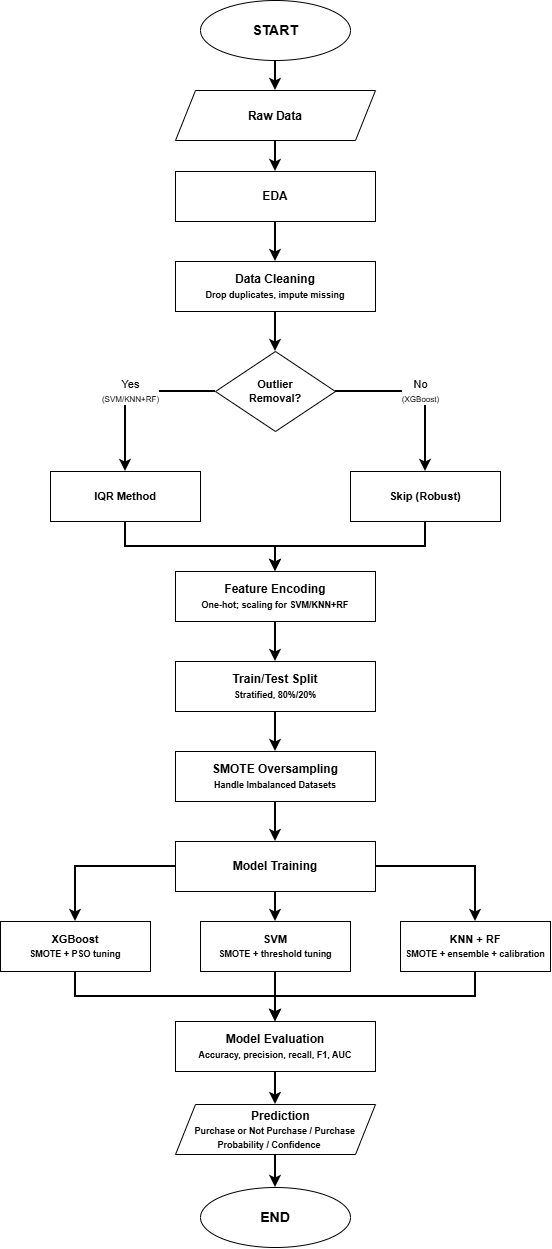
Above: shopper_intention_pipeline_flowchart_simple.drawio.png in ngkaizhe123/BMCS2074-ARTIFICIAL-INTELLIGENCE-Online-Shoppers-Purchase-Intention (draw.io), before the change. Source tidied: cells renumbered, new cells last; positions are measured from the earlier drawing's top-left corner, leaving out a move shared by most shapes.
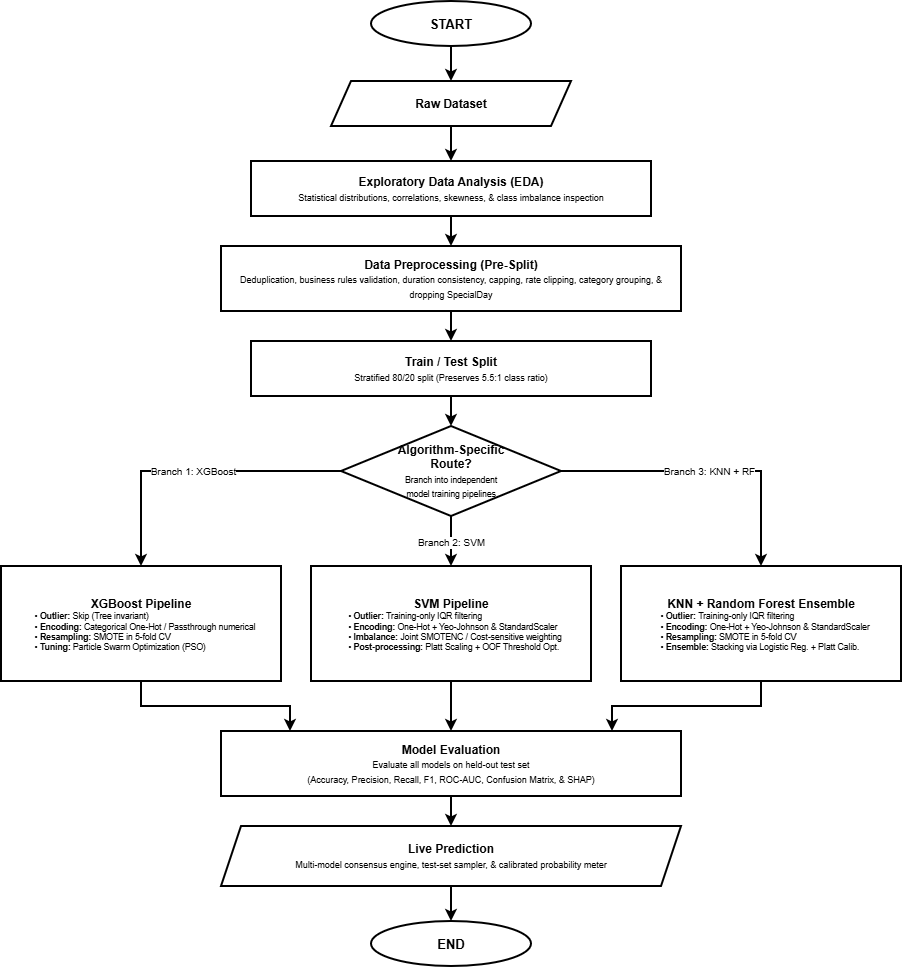
Above is the later version.

The edit, as a diff of the source:
```diff
@@ -2,113 +2,80 @@
   <root>
     <mxCell id="0" />
     <mxCell id="1" parent="0" />
-    <mxCell id="2" style="edgeStyle=orthogonalEdgeStyle;rounded=0;jettySize=auto;html=1;exitX=0.5;exitY=1;exitDx=0;exitDy=0;strokeColor=#000000;strokeWidth=2;align=center;verticalAlign=middle;fontFamily=Helvetica;fontSize=11;fontColor=default;labelBackgroundColor=default;endArrow=classic;" parent="1" edge="1" source="3" target="35">
-      <mxGeometry relative="1" as="geometry" />
-    </mxCell>
-    <mxCell id="3" value="START" style="ellipse;whiteSpace=wrap;html=1;fillColor=none;strokeColor=#000000;fontColor=#000000;fontStyle=1;fontSize=14;" parent="1" vertex="1">
-      <mxGeometry x="200" width="150" height="60" as="geometry" />
+    <mxCell id="3" value="&lt;b&gt;START&lt;/b&gt;" style="ellipse;whiteSpace=wrap;html=1;fillColor=none;strokeColor=#000000;fontColor=#000000;fontFamily=Helvetica;strokeWidth=2;fontSize=13;" parent="1" vertex="1">
+      <mxGeometry x="295" y="15" width="160" height="45" as="geometry" />
     </mxCell>
-    <mxCell id="4" value="EDA" style="rounded=0;whiteSpace=wrap;html=1;fillColor=none;strokeColor=#000000;fontColor=#000000;fontStyle=1;fontSize=12;" parent="1" vertex="1">
-      <mxGeometry x="175" y="171" width="200" height="50" as="geometry" />
-    </mxCell>
-    <mxCell id="5" value="Data Cleaning&lt;br&gt;&lt;font style=&quot;font-size: 9px&quot;&gt;Drop duplicates, impute missing&lt;/font&gt;" style="rounded=0;whiteSpace=wrap;html=1;fillColor=none;strokeColor=#000000;fontColor=#000000;fontStyle=1;fontSize=12;" parent="1" vertex="1">
-      <mxGeometry x="175" y="261" width="200" height="50" as="geometry" />
-    </mxCell>
-    <mxCell id="6" value="Outlier&lt;br&gt;Removal?" style="rhombus;whiteSpace=wrap;html=1;fillColor=none;strokeColor=#000000;fontColor=#000000;fontStyle=1;fontSize=11;" parent="1" vertex="1">
-      <mxGeometry x="215" y="351" width="120" height="80" as="geometry" />
-    </mxCell>
-    <mxCell id="7" value="IQR Method" style="rounded=0;whiteSpace=wrap;html=1;fillColor=none;strokeColor=#000000;fontColor=#000000;fontStyle=1;fontSize=11;" parent="1" vertex="1">
-      <mxGeometry x="50" y="471" width="150" height="50" as="geometry" />
-    </mxCell>
-    <mxCell id="8" value="Skip (Robust)" style="rounded=0;whiteSpace=wrap;html=1;fillColor=none;strokeColor=#000000;fontColor=#000000;fontStyle=1;fontSize=11;" parent="1" vertex="1">
-      <mxGeometry x="350" y="471" width="150" height="50" as="geometry" />
-    </mxCell>
-    <mxCell id="9" value="Feature Encoding&lt;br&gt;&lt;font style=&quot;font-size: 9px&quot;&gt;One-hot; scaling for SVM/KNN+RF&lt;/font&gt;" style="rounded=0;whiteSpace=wrap;html=1;fillColor=none;strokeColor=#000000;fontColor=#000000;fontStyle=1;fontSize=12;" parent="1" vertex="1">
-      <mxGeometry x="175" y="571" width="200" height="50" as="geometry" />
-    </mxCell>
-    <mxCell id="10" value="Train/Test Split&lt;br&gt;&lt;font style=&quot;font-size: 9px&quot;&gt;Stratified, 80%/20%&lt;/font&gt;" style="rounded=0;whiteSpace=wrap;html=1;fillColor=none;strokeColor=#000000;fontColor=#000000;fontStyle=1;fontSize=12;" parent="1" vertex="1">
-      <mxGeometry x="175" y="661" width="200" height="50" as="geometry" />
-    </mxCell>
-    <mxCell id="11" value="SMOTE Oversampling&lt;br&gt;&lt;font style=&quot;font-size: 9px&quot;&gt;Handle Imbalanced Datasets&lt;/font&gt;" style="rounded=0;whiteSpace=wrap;html=1;fillColor=none;strokeColor=#000000;fontColor=#000000;fontStyle=1;fontSize=12;" parent="1" vertex="1">
-      <mxGeometry x="175" y="751" width="200" height="50" as="geometry" />
-    </mxCell>
-    <mxCell id="12" value="Model Training" style="rounded=0;whiteSpace=wrap;html=1;fillColor=none;strokeColor=#000000;fontColor=#000000;fontStyle=1;fontSize=12;" parent="1" vertex="1">
-      <mxGeometry x="175" y="841" width="200" height="50" as="geometry" />
-    </mxCell>
-    <mxCell id="13" value="XGBoost&lt;br&gt;&lt;font style=&quot;font-size: 9px&quot;&gt;SMOTE + PSO tuning&lt;/font&gt;" style="rounded=0;whiteSpace=wrap;html=1;fillColor=none;strokeColor=#000000;fontColor=#000000;fontStyle=1;fontSize=11;" parent="1" vertex="1">
-      <mxGeometry y="921" width="150" height="50" as="geometry" />
-    </mxCell>
-    <mxCell id="14" value="SVM&lt;br&gt;&lt;font style=&quot;font-size: 9px&quot;&gt;SMOTE + threshold tuning&lt;/font&gt;" style="rounded=0;whiteSpace=wrap;html=1;fillColor=none;strokeColor=#000000;fontColor=#000000;fontStyle=1;fontSize=11;" parent="1" vertex="1">
-      <mxGeometry x="200" y="921" width="150" height="50" as="geometry" />
-    </mxCell>
-    <mxCell id="15" value="KNN + RF&lt;br&gt;&lt;font style=&quot;font-size: 9px&quot;&gt;SMOTE + ensemble + calibration&lt;/font&gt;" style="rounded=0;whiteSpace=wrap;html=1;fillColor=none;strokeColor=#000000;fontColor=#000000;fontStyle=1;fontSize=11;" parent="1" vertex="1">
-      <mxGeometry x="400" y="921" width="150" height="50" as="geometry" />
-    </mxCell>
-    <mxCell id="16" style="edgeStyle=orthogonalEdgeStyle;rounded=0;jettySize=auto;html=1;exitX=0.5;exitY=1;exitDx=0;exitDy=0;strokeColor=#000000;strokeWidth=2;align=center;verticalAlign=middle;fontFamily=Helvetica;fontSize=11;fontColor=default;labelBackgroundColor=default;endArrow=classic;" parent="1" edge="1" source="17" target="37">
-      <mxGeometry relative="1" as="geometry" />
-    </mxCell>
-    <mxCell id="17" value="Model Evaluation&lt;br&gt;&lt;font style=&quot;font-size: 9px&quot;&gt;Accuracy, precision, recall, F1, AUC&lt;/font&gt;" style="rounded=0;whiteSpace=wrap;html=1;fillColor=none;strokeColor=#000000;fontColor=#000000;fontStyle=1;fontSize=12;" parent="1" vertex="1">
-      <mxGeometry x="175" y="1021" width="200" height="50" as="geometry" />
-    </mxCell>
+    <mxCell id="38" value="&lt;b&gt;Raw Dataset&lt;/b&gt;" style="shape=parallelogram;perimeter=parallelogramPerimeter;whiteSpace=wrap;html=1;fixedSize=1;fillColor=none;strokeColor=#000000;fontColor=#000000;fontFamily=Helvetica;strokeWidth=2;fontSize=12;" parent="1" vertex="1">
+      <mxGeometry x="255" y="95" width="240" height="45" as="geometry" />
+    </mxCell>
+    <mxCell id="39" value="&lt;b&gt;Exploratory Data Analysis (EDA)&lt;/b&gt;&lt;br&gt;&lt;font style=&quot;font-size: 9px; font-weight: normal;&quot;&gt;Statistical distributions, correlations, skewness, &amp;amp; class imbalance inspection&lt;/font&gt;" style="rounded=0;whiteSpace=wrap;html=1;fillColor=none;strokeColor=#000000;fontColor=#000000;fontFamily=Helvetica;strokeWidth=2;" parent="1" vertex="1">
+      <mxGeometry x="175" y="175" width="400" height="55" as="geometry" />
+    </mxCell>
+    <mxCell id="40" value="&lt;b&gt;Data Preprocessing (Pre-Split)&lt;/b&gt;&lt;br&gt;&lt;font style=&quot;font-size: 9px; font-weight: normal;&quot;&gt;Deduplication, business rules validation, duration consistency, capping, rate clipping, category grouping, &amp;amp; dropping SpecialDay&lt;/font&gt;" style="rounded=0;whiteSpace=wrap;html=1;fillColor=none;strokeColor=#000000;fontColor=#000000;fontFamily=Helvetica;strokeWidth=2;" parent="1" vertex="1">
+      <mxGeometry x="145" y="260" width="460" height="65" as="geometry" />
+    </mxCell>
+    <mxCell id="41" value="&lt;b&gt;Train / Test Split&lt;/b&gt;&lt;br&gt;&lt;font style=&quot;font-size: 9px; font-weight: normal;&quot;&gt;Stratified 80/20 split (Preserves 5.5:1 class ratio)&lt;/font&gt;" style="rounded=0;whiteSpace=wrap;html=1;fillColor=none;strokeColor=#000000;fontColor=#000000;fontFamily=Helvetica;strokeWidth=2;" parent="1" vertex="1">
+      <mxGeometry x="175" y="355" width="400" height="55" as="geometry" />
+    </mxCell>
+    <mxCell id="42" value="&lt;b&gt;Algorithm-Specific&lt;br&gt;Route?&lt;/b&gt;&lt;br&gt;&lt;font style=&quot;font-size: 8.5px; font-weight: normal;&quot;&gt;Branch into independent&lt;br&gt;model training pipelines&lt;/font&gt;" style="rhombus;whiteSpace=wrap;html=1;fillColor=none;strokeColor=#000000;fontColor=#000000;fontFamily=Helvetica;strokeWidth=2;" parent="1" vertex="1">
+      <mxGeometry x="265" y="440" width="220" height="90" as="geometry" />
+    </mxCell>
+    <mxCell id="43" value="&lt;b&gt;XGBoost Pipeline&lt;/b&gt;&lt;br&gt;&lt;div align=&quot;left&quot; style=&quot;font-size: 8.5px; font-weight: normal; padding-left: 8px;&quot;&gt;• &lt;b&gt;Outlier:&lt;/b&gt; Skip (Tree invariant)&lt;br&gt;• &lt;b&gt;Encoding:&lt;/b&gt; Categorical One-Hot / Passthrough numerical&lt;br&gt;• &lt;b&gt;Resampling:&lt;/b&gt; SMOTE in 5-fold CV&lt;br&gt;• &lt;b&gt;Tuning:&lt;/b&gt; Particle Swarm Optimization (PSO)&lt;/div&gt;" style="rounded=0;whiteSpace=wrap;html=1;fillColor=none;strokeColor=#000000;fontColor=#000000;fontFamily=Helvetica;strokeWidth=2;align=center;verticalAlign=middle;" parent="1" vertex="1">
+      <mxGeometry x="-75" y="580" width="280" height="115" as="geometry" />
+    </mxCell>
+    <mxCell id="44" value="&lt;b&gt;SVM Pipeline&lt;/b&gt;&lt;br&gt;&lt;div align=&quot;left&quot; style=&quot;font-size: 8.5px; font-weight: normal; padding-left: 8px;&quot;&gt;• &lt;b&gt;Outlier:&lt;/b&gt; Training-only IQR filtering&lt;br&gt;• &lt;b&gt;Encoding:&lt;/b&gt; One-Hot + Yeo-Johnson &amp;amp; StandardScaler&lt;br&gt;• &lt;b&gt;Imbalance:&lt;/b&gt; Joint SMOTENC / Cost-sensitive weighting&lt;br&gt;• &lt;b&gt;Post-processing:&lt;/b&gt; Platt Scaling + OOF Threshold Opt.&lt;/div&gt;" style="rounded=0;whiteSpace=wrap;html=1;fillColor=none;strokeColor=#000000;fontColor=#000000;fontFamily=Helvetica;strokeWidth=2;align=center;verticalAlign=middle;" parent="1" vertex="1">
+      <mxGeometry x="235" y="580" width="280" height="115" as="geometry" />
+    </mxCell>
+    <mxCell id="45" value="&lt;b&gt;KNN + Random Forest Ensemble&lt;/b&gt;&lt;br&gt;&lt;div align=&quot;left&quot; style=&quot;font-size: 8.5px; font-weight: normal; padding-left: 8px;&quot;&gt;• &lt;b&gt;Outlier:&lt;/b&gt; Training-only IQR filtering&lt;br&gt;• &lt;b&gt;Encoding:&lt;/b&gt; One-Hot + Yeo-Johnson &amp;amp; StandardScaler&lt;br&gt;• &lt;b&gt;Resampling:&lt;/b&gt; SMOTE in 5-fold CV&lt;br&gt;• &lt;b&gt;Ensemble:&lt;/b&gt; Stacking via Logistic Reg. + Platt Calib.&lt;/div&gt;" style="rounded=0;whiteSpace=wrap;html=1;fillColor=none;strokeColor=#000000;fontColor=#000000;fontFamily=Helvetica;strokeWidth=2;align=center;verticalAlign=middle;" parent="1" vertex="1">
+      <mxGeometry x="545" y="580" width="280" height="115" as="geometry" />
+    </mxCell>
+    <mxCell id="46" value="&lt;b&gt;Model Evaluation&lt;/b&gt;&lt;br&gt;&lt;font style=&quot;font-size: 9px; font-weight: normal;&quot;&gt;Evaluate all models on held-out test set&lt;br&gt;(Accuracy, Precision, Recall, F1, ROC-AUC, Confusion Matrix, &amp;amp; SHAP)&lt;/font&gt;" style="rounded=0;whiteSpace=wrap;html=1;fillColor=none;strokeColor=#000000;fontColor=#000000;fontFamily=Helvetica;strokeWidth=2;" parent="1" vertex="1">
+      <mxGeometry x="145" y="745" width="460" height="65" as="geometry" />
+    </mxCell>
+    <mxCell id="47" value="&lt;b&gt;Live Prediction&lt;/b&gt;&lt;br&gt;&lt;font style=&quot;font-size: 9px; font-weight: normal;&quot;&gt;Multi-model consensus engine, test-set sampler, &amp;amp; calibrated probability meter&lt;/font&gt;" style="shape=parallelogram;perimeter=parallelogramPerimeter;whiteSpace=wrap;html=1;fixedSize=1;fillColor=none;strokeColor=#000000;fontColor=#000000;fontFamily=Helvetica;strokeWidth=2;" parent="1" vertex="1">
+      <mxGeometry x="145" y="840" width="460" height="60" as="geometry" />
+    </mxCell>
-    <mxCell id="18" value="END" style="ellipse;whiteSpace=wrap;html=1;fillColor=none;strokeColor=#000000;fontColor=#000000;fontStyle=1;fontSize=14;" parent="1" vertex="1">
-      <mxGeometry x="200" y="1187" width="150" height="60" as="geometry" />
+    <mxCell id="18" value="&lt;b&gt;END&lt;/b&gt;" style="ellipse;whiteSpace=wrap;html=1;fillColor=none;strokeColor=#000000;fontColor=#000000;fontFamily=Helvetica;strokeWidth=2;fontSize=13;" parent="1" vertex="1">
+      <mxGeometry x="295" y="935" width="160" height="45" as="geometry" />
     </mxCell>
-    <mxCell id="19" style="endArrow=classic;html=1;rounded=0;exitX=0.5;exitY=1;exitDx=0;exitDy=0;entryX=0.5;entryY=0;entryDx=0;entryDy=0;strokeWidth=2;strokeColor=#000000;" parent="1" edge="1" source="4" target="5">
-      <mxGeometry relative="1" as="geometry" />
-    </mxCell>
-    <mxCell id="20" style="endArrow=classic;html=1;rounded=0;exitX=0.5;exitY=1;exitDx=0;exitDy=0;entryX=0.5;entryY=0;entryDx=0;entryDy=0;strokeWidth=2;strokeColor=#000000;" parent="1" edge="1" source="5" target="6">
-      <mxGeometry relative="1" as="geometry" />
-    </mxCell>
-    <mxCell id="21" value="Yes&lt;br&gt;&lt;font style=&quot;font-size: 8px&quot;&gt;(SVM/KNN+RF)&lt;/font&gt;" style="endArrow=classic;html=1;rounded=0;exitX=0;exitY=0.5;exitDx=0;exitDy=0;entryX=0.5;entryY=0;entryDx=0;entryDy=0;strokeWidth=2;strokeColor=#000000;edgeStyle=orthogonalEdgeStyle;" parent="1" edge="1" source="6" target="7">
-      <mxGeometry relative="1" as="geometry" />
-    </mxCell>
-    <mxCell id="22" value="No&lt;br&gt;&lt;font style=&quot;font-size: 8px&quot;&gt;(XGBoost)&lt;/font&gt;" style="endArrow=classic;html=1;rounded=0;exitX=1;exitY=0.5;exitDx=0;exitDy=0;entryX=0.5;entryY=0;entryDx=0;entryDy=0;strokeWidth=2;strokeColor=#000000;edgeStyle=orthogonalEdgeStyle;" parent="1" edge="1" source="6" target="8">
-      <mxGeometry relative="1" as="geometry" />
-    </mxCell>
-    <mxCell id="23" style="endArrow=classic;html=1;rounded=0;exitX=0.5;exitY=1;exitDx=0;exitDy=0;entryX=0.5;entryY=0;entryDx=0;entryDy=0;strokeWidth=2;strokeColor=#000000;edgeStyle=orthogonalEdgeStyle;" parent="1" edge="1" source="7" target="9">
-      <mxGeometry relative="1" as="geometry" />
-    </mxCell>
-    <mxCell id="24" style="endArrow=classic;html=1;rounded=0;exitX=0.5;exitY=1;exitDx=0;exitDy=0;entryX=0.5;entryY=0;entryDx=0;entryDy=0;strokeWidth=2;strokeColor=#000000;edgeStyle=orthogonalEdgeStyle;" parent="1" edge="1" source="8" target="9">
-      <mxGeometry relative="1" as="geometry" />
-    </mxCell>
-    <mxCell id="25" style="endArrow=classic;html=1;rounded=0;exitX=0.5;exitY=1;exitDx=0;exitDy=0;entryX=0.5;entryY=0;entryDx=0;entryDy=0;strokeWidth=2;strokeColor=#000000;" parent="1" edge="1" source="9" target="10">
-      <mxGeometry relative="1" as="geometry" />
-    </mxCell>
-    <mxCell id="26" style="endArrow=classic;html=1;rounded=0;exitX=0.5;exitY=1;exitDx=0;exitDy=0;entryX=0.5;entryY=0;entryDx=0;entryDy=0;strokeWidth=2;strokeColor=#000000;" parent="1" edge="1" source="10" target="11">
-      <mxGeometry relative="1" as="geometry" />
-    </mxCell>
-    <mxCell id="27" style="endArrow=classic;html=1;rounded=0;exitX=0.5;exitY=1;exitDx=0;exitDy=0;entryX=0.5;entryY=0;entryDx=0;entryDy=0;strokeWidth=2;strokeColor=#000000;" parent="1" edge="1" source="11" target="12">
-      <mxGeometry relative="1" as="geometry" />
-    </mxCell>
-    <mxCell id="28" style="endArrow=classic;html=1;rounded=0;exitX=0;exitY=0.5;exitDx=0;exitDy=0;entryX=0.5;entryY=0;entryDx=0;entryDy=0;strokeWidth=2;strokeColor=#000000;edgeStyle=orthogonalEdgeStyle;" parent="1" edge="1" source="12" target="13">
-      <mxGeometry relative="1" as="geometry" />
-    </mxCell>
-    <mxCell id="29" style="endArrow=classic;html=1;rounded=0;exitX=0.5;exitY=1;exitDx=0;exitDy=0;entryX=0.5;entryY=0;entryDx=0;entryDy=0;strokeWidth=2;strokeColor=#000000;" parent="1" edge="1" source="12" target="14">
-      <mxGeometry relative="1" as="geometry" />
-    </mxCell>
-    <mxCell id="30" style="endArrow=classic;html=1;rounded=0;exitX=1;exitY=0.5;exitDx=0;exitDy=0;entryX=0.5;entryY=0;entryDx=0;entryDy=0;strokeWidth=2;strokeColor=#000000;edgeStyle=orthogonalEdgeStyle;" parent="1" edge="1" source="12" target="15">
-      <mxGeometry relative="1" as="geometry" />
-    </mxCell>
-    <mxCell id="31" style="endArrow=classic;html=1;rounded=0;exitX=0.5;exitY=1;exitDx=0;exitDy=0;entryX=0.5;entryY=0;entryDx=0;entryDy=0;strokeWidth=2;strokeColor=#000000;edgeStyle=orthogonalEdgeStyle;" parent="1" edge="1" source="13" target="17">
-      <mxGeometry relative="1" as="geometry" />
-    </mxCell>
-    <mxCell id="32" style="endArrow=classic;html=1;rounded=0;exitX=0.5;exitY=1;exitDx=0;exitDy=0;entryX=0.5;entryY=0;entryDx=0;entryDy=0;strokeWidth=2;strokeColor=#000000;" parent="1" edge="1" source="14" target="17">
-      <mxGeometry relative="1" as="geometry" />
-    </mxCell>
-    <mxCell id="33" style="endArrow=classic;html=1;rounded=0;exitX=0.5;exitY=1;exitDx=0;exitDy=0;entryX=0.5;entryY=0;entryDx=0;entryDy=0;strokeWidth=2;strokeColor=#000000;edgeStyle=orthogonalEdgeStyle;" parent="1" edge="1" source="15" target="17">
-      <mxGeometry relative="1" as="geometry" />
-    </mxCell>
-    <mxCell id="34" style="edgeStyle=orthogonalEdgeStyle;rounded=0;jettySize=auto;html=1;exitX=0.5;exitY=1;exitDx=0;exitDy=0;strokeColor=#000000;strokeWidth=2;align=center;verticalAlign=middle;fontFamily=Helvetica;fontSize=11;fontColor=default;labelBackgroundColor=default;endArrow=classic;" parent="1" edge="1" source="35" target="4">
-      <mxGeometry relative="1" as="geometry" />
-    </mxCell>
-    <mxCell id="35" value="Raw Data" style="shape=parallelogram;perimeter=parallelogramPerimeter;whiteSpace=wrap;html=1;shapeInside=1;fixedSize=1;fontStyle=1;" parent="1" vertex="1">
-      <mxGeometry x="175" y="90" width="200" height="50" as="geometry" />
-    </mxCell>
-    <mxCell id="36" style="edgeStyle=orthogonalEdgeStyle;rounded=0;jettySize=auto;html=1;exitX=0.5;exitY=1;exitDx=0;exitDy=0;strokeColor=#000000;strokeWidth=2;align=center;verticalAlign=middle;fontFamily=Helvetica;fontSize=11;fontColor=default;labelBackgroundColor=default;endArrow=classic;" parent="1" edge="1" source="37" target="18">
-      <mxGeometry relative="1" as="geometry" />
-    </mxCell>
-    <mxCell id="37" value="Prediction&lt;div&gt;&lt;font style=&quot;font-size: 9px;&quot;&gt;Purchase or Not Purchase / Purchase Probability / Confidence&lt;/font&gt;&lt;/div&gt;" style="shape=parallelogram;perimeter=parallelogramPerimeter;whiteSpace=wrap;html=1;shapeInside=1;fixedSize=1;fontStyle=1;" parent="1" vertex="1">
-      <mxGeometry x="175" y="1104" width="200" height="50" as="geometry" />
-    </mxCell>
+    <mxCell id="48" style="edgeStyle=orthogonalEdgeStyle;rounded=0;jettySize=auto;html=1;strokeColor=#000000;strokeWidth=2;endArrow=classic;" parent="1" edge="1" source="3" target="38">
+      <mxGeometry relative="1" as="geometry" />
+    </mxCell>
+    <mxCell id="49" style="edgeStyle=orthogonalEdgeStyle;rounded=0;jettySize=auto;html=1;strokeColor=#000000;strokeWidth=2;endArrow=classic;" parent="1" edge="1" source="38" target="39">
+      <mxGeometry relative="1" as="geometry" />
+    </mxCell>
+    <mxCell id="50" style="edgeStyle=orthogonalEdgeStyle;rounded=0;jettySize=auto;html=1;strokeColor=#000000;strokeWidth=2;endArrow=classic;" parent="1" edge="1" source="39" target="40">
+      <mxGeometry relative="1" as="geometry" />
+    </mxCell>
+    <mxCell id="51" style="edgeStyle=orthogonalEdgeStyle;rounded=0;jettySize=auto;html=1;strokeColor=#000000;strokeWidth=2;endArrow=classic;" parent="1" edge="1" source="40" target="41">
+      <mxGeometry relative="1" as="geometry" />
+    </mxCell>
+    <mxCell id="52" style="edgeStyle=orthogonalEdgeStyle;rounded=0;jettySize=auto;html=1;strokeColor=#000000;strokeWidth=2;endArrow=classic;" parent="1" edge="1" source="41" target="42">
+      <mxGeometry relative="1" as="geometry" />
+    </mxCell>
+    <mxCell id="53" value="Branch 1: XGBoost" style="edgeStyle=orthogonalEdgeStyle;rounded=0;jettySize=auto;html=1;exitX=0;exitY=0.5;exitDx=0;exitDy=0;entryX=0.5;entryY=0;entryDx=0;entryDy=0;strokeColor=#000000;strokeWidth=2;endArrow=classic;fontFamily=Helvetica;fontSize=10;" parent="1" edge="1" source="42" target="43">
+      <mxGeometry relative="1" as="geometry" />
+    </mxCell>
+    <mxCell id="54" value="Branch 2: SVM" style="edgeStyle=orthogonalEdgeStyle;rounded=0;jettySize=auto;html=1;exitX=0.5;exitY=1;exitDx=0;exitDy=0;entryX=0.5;entryY=0;entryDx=0;entryDy=0;strokeColor=#000000;strokeWidth=2;endArrow=classic;fontFamily=Helvetica;fontSize=10;" parent="1" edge="1" source="42" target="44">
+      <mxGeometry relative="1" as="geometry" />
+    </mxCell>
+    <mxCell id="55" value="Branch 3: KNN + RF" style="edgeStyle=orthogonalEdgeStyle;rounded=0;jettySize=auto;html=1;exitX=1;exitY=0.5;exitDx=0;exitDy=0;entryX=0.5;entryY=0;entryDx=0;entryDy=0;strokeColor=#000000;strokeWidth=2;endArrow=classic;fontFamily=Helvetica;fontSize=10;" parent="1" edge="1" source="42" target="45">
+      <mxGeometry relative="1" as="geometry" />
+    </mxCell>
+    <mxCell id="56" style="edgeStyle=orthogonalEdgeStyle;rounded=0;jettySize=auto;html=1;exitX=0.5;exitY=1;exitDx=0;exitDy=0;entryX=0.15;entryY=0;entryDx=0;entryDy=0;strokeColor=#000000;strokeWidth=2;endArrow=classic;" parent="1" edge="1" source="43" target="46">
+      <mxGeometry relative="1" as="geometry" />
+    </mxCell>
+    <mxCell id="57" style="edgeStyle=orthogonalEdgeStyle;rounded=0;jettySize=auto;html=1;exitX=0.5;exitY=1;exitDx=0;exitDy=0;entryX=0.5;entryY=0;entryDx=0;entryDy=0;strokeColor=#000000;strokeWidth=2;endArrow=classic;" parent="1" edge="1" source="44" target="46">
+      <mxGeometry relative="1" as="geometry" />
+    </mxCell>
+    <mxCell id="58" style="edgeStyle=orthogonalEdgeStyle;rounded=0;jettySize=auto;html=1;exitX=0.5;exitY=1;exitDx=0;exitDy=0;entryX=0.85;entryY=0;entryDx=0;entryDy=0;strokeColor=#000000;strokeWidth=2;endArrow=classic;" parent="1" edge="1" source="45" target="46">
+      <mxGeometry relative="1" as="geometry" />
+    </mxCell>
+    <mxCell id="59" style="edgeStyle=orthogonalEdgeStyle;rounded=0;jettySize=auto;html=1;strokeColor=#000000;strokeWidth=2;endArrow=classic;" parent="1" edge="1" source="46" target="47">
+      <mxGeometry relative="1" as="geometry" />
+    </mxCell>
+    <mxCell id="60" style="edgeStyle=orthogonalEdgeStyle;rounded=0;jettySize=auto;html=1;strokeColor=#000000;strokeWidth=2;endArrow=classic;" parent="1" edge="1" source="47" target="18">
+      <mxGeometry relative="1" as="geometry" />
+    </mxCell>
   </root>
 </mxGraphModel>
```
